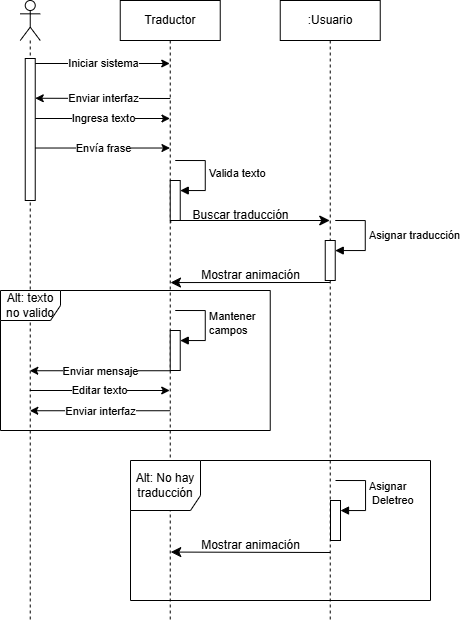
The draw.io diagram Images/Cap 3/secuencia.png in IvanSMMA/TT1_Document, before a commit. Source tidied: cells renumbered, new cells last; positions are measured from the earlier drawing's top-left corner, leaving out a move shared by most shapes. Source of this version:
```xml
<mxGraphModel>
  <root>
    <mxCell id="0" />
    <mxCell id="1" parent="0" />
    <mxCell id="2" style="shape=umlLifeline;perimeter=lifelinePerimeter;whiteSpace=wrap;html=1;outlineConnect=0;portConstraint=eastwest;newEdgeStyle={&quot;curved&quot;:0,&quot;rounded&quot;:0};participant=umlActor;" parent="1" vertex="1">
      <mxGeometry x="19.7" width="20" height="620" as="geometry" />
    </mxCell>
    <mxCell id="3" style="html=1;points=[[0,0,0,0,5],[0,1,0,0,-5],[1,0,0,0,5],[1,1,0,0,-5]];perimeter=orthogonalPerimeter;outlineConnect=0;targetShapes=umlLifeline;portConstraint=eastwest;newEdgeStyle={&quot;curved&quot;:0,&quot;rounded&quot;:0};" parent="2" vertex="1">
      <mxGeometry x="5" y="58" width="10" height="142" as="geometry" />
    </mxCell>
    <mxCell id="4" value="Traductor" style="shape=umlLifeline;perimeter=lifelinePerimeter;whiteSpace=wrap;html=1;outlineConnect=0;portConstraint=eastwest;newEdgeStyle={&quot;curved&quot;:0,&quot;rounded&quot;:0};" parent="1" vertex="1">
      <mxGeometry x="119.7" width="100" height="620" as="geometry" />
    </mxCell>
    <mxCell id="5" value="Valida texto" style="html=1;align=left;spacingLeft=2;endArrow=block;rounded=0;edgeStyle=orthogonalEdgeStyle;curved=0;rounded=0;" parent="4" edge="1" target="6">
      <mxGeometry relative="1" as="geometry">
        <mxPoint x="55" y="160" as="sourcePoint" />
        <Array as="points">
          <mxPoint x="85" y="190" />
        </Array>
      </mxGeometry>
    </mxCell>
    <mxCell id="6" style="html=1;points=[[0,0,0,0,5],[0,1,0,0,-5],[1,0,0,0,5],[1,1,0,0,-5]];perimeter=orthogonalPerimeter;outlineConnect=0;targetShapes=umlLifeline;portConstraint=eastwest;newEdgeStyle={&quot;curved&quot;:0,&quot;rounded&quot;:0};" parent="4" vertex="1">
      <mxGeometry x="50" y="180" width="10" height="40" as="geometry" />
    </mxCell>
    <mxCell id="7" style="html=1;points=[[0,0,0,0,5],[0,1,0,0,-5],[1,0,0,0,5],[1,1,0,0,-5]];perimeter=orthogonalPerimeter;outlineConnect=0;targetShapes=umlLifeline;portConstraint=eastwest;newEdgeStyle={&quot;curved&quot;:0,&quot;rounded&quot;:0};" parent="4" vertex="1">
      <mxGeometry x="50" y="330" width="10" height="40" as="geometry" />
    </mxCell>
    <mxCell id="8" value="Mantener&amp;nbsp;&lt;div&gt;campos&lt;/div&gt;" style="html=1;align=left;spacingLeft=2;endArrow=block;rounded=0;edgeStyle=orthogonalEdgeStyle;curved=0;rounded=0;" parent="4" edge="1" target="7">
      <mxGeometry relative="1" as="geometry">
        <mxPoint x="55" y="310" as="sourcePoint" />
        <Array as="points">
          <mxPoint x="85" y="340" />
        </Array>
      </mxGeometry>
    </mxCell>
    <mxCell id="9" value=":Usuario" style="shape=umlLifeline;perimeter=lifelinePerimeter;whiteSpace=wrap;html=1;outlineConnect=0;portConstraint=eastwest;newEdgeStyle={&quot;curved&quot;:0,&quot;rounded&quot;:0};" parent="1" vertex="1">
      <mxGeometry x="279.7" width="100" height="620" as="geometry" />
    </mxCell>
    <mxCell id="10" style="html=1;points=[[0,0,0,0,5],[0,1,0,0,-5],[1,0,0,0,5],[1,1,0,0,-5]];perimeter=orthogonalPerimeter;outlineConnect=0;targetShapes=umlLifeline;portConstraint=eastwest;newEdgeStyle={&quot;curved&quot;:0,&quot;rounded&quot;:0};" parent="9" vertex="1">
      <mxGeometry x="45" y="240" width="10" height="40" as="geometry" />
    </mxCell>
    <mxCell id="11" value="Asignar traducción" style="html=1;align=left;spacingLeft=2;endArrow=block;rounded=0;edgeStyle=orthogonalEdgeStyle;curved=0;rounded=0;" parent="9" edge="1" target="10">
      <mxGeometry relative="1" as="geometry">
        <mxPoint x="55" y="220" as="sourcePoint" />
        <Array as="points">
          <mxPoint x="85" y="250" />
        </Array>
      </mxGeometry>
    </mxCell>
    <mxCell id="12" style="edgeStyle=elbowEdgeStyle;elbow=vertical;endArrow=classic;html=1;curved=0;rounded=0;endSize=8;startSize=8;" parent="1" edge="1">
      <mxGeometry relative="1" as="geometry">
        <mxPoint x="329.5" y="282" as="sourcePoint" />
        <mxPoint x="170" y="282" as="targetPoint" />
      </mxGeometry>
    </mxCell>
    <mxCell id="13" value="Mostrar animación" style="text;html=1;align=center;verticalAlign=middle;strokeColor=none;fillColor=none;" parent="1" vertex="1">
      <mxGeometry x="189.7" y="260" width="120" height="30" as="geometry" />
    </mxCell>
    <mxCell id="14" style="edgeStyle=elbowEdgeStyle;elbow=vertical;endArrow=classic;html=1;curved=0;rounded=0;endSize=8;startSize=8;" parent="1" edge="1" target="9">
      <mxGeometry relative="1" as="geometry">
        <mxPoint x="170.3" y="222" as="sourcePoint" />
        <Array as="points">
          <mxPoint x="169.7" y="220" />
        </Array>
      </mxGeometry>
    </mxCell>
    <mxCell id="15" value="Buscar traducción" style="text;html=1;align=center;verticalAlign=middle;strokeColor=none;fillColor=none;" parent="1" vertex="1">
      <mxGeometry x="180" y="200" width="120" height="30" as="geometry" />
    </mxCell>
    <mxCell id="16" style="endArrow=classic;html=1;rounded=0;exitX=1;exitY=0;exitDx=0;exitDy=5;exitPerimeter=0;" parent="1" edge="1" source="3" target="4">
      <mxGeometry relative="1" as="geometry" />
    </mxCell>
    <mxCell id="17" value="Iniciar sistema" style="edgeLabel;html=1;align=center;verticalAlign=middle;" parent="16" vertex="1">
      <mxGeometry relative="1" as="geometry" />
    </mxCell>
    <mxCell id="18" style="endArrow=classic;html=1;rounded=0;" parent="1" edge="1">
      <mxGeometry relative="1" as="geometry">
        <mxPoint x="169.7" y="98" as="sourcePoint" />
        <mxPoint x="34.7" y="97.8" as="targetPoint" />
      </mxGeometry>
    </mxCell>
    <mxCell id="19" value="Enviar interfaz" style="edgeLabel;html=1;align=center;verticalAlign=middle;" parent="18" vertex="1">
      <mxGeometry relative="1" as="geometry" />
    </mxCell>
    <mxCell id="20" style="endArrow=classic;html=1;rounded=0;" parent="1" edge="1" source="3">
      <mxGeometry relative="1" as="geometry">
        <mxPoint x="169.5" y="118" as="targetPoint" />
      </mxGeometry>
    </mxCell>
    <mxCell id="21" value="Ingresa texto" style="edgeLabel;html=1;align=center;verticalAlign=middle;" parent="20" vertex="1">
      <mxGeometry relative="1" as="geometry" />
    </mxCell>
    <mxCell id="22" style="endArrow=classic;html=1;rounded=0;" parent="1" edge="1">
      <mxGeometry relative="1" as="geometry">
        <mxPoint x="34.7" y="147.5" as="sourcePoint" />
        <mxPoint x="169.5" y="147.5" as="targetPoint" />
        <Array as="points">
          <mxPoint x="99.7" y="147.5" />
        </Array>
      </mxGeometry>
    </mxCell>
    <mxCell id="23" value="Envía frase" style="edgeLabel;html=1;align=center;verticalAlign=middle;" parent="22" vertex="1">
      <mxGeometry relative="1" as="geometry" />
    </mxCell>
    <mxCell id="24" value="Alt: texto no valido" style="shape=umlFrame;whiteSpace=wrap;html=1;" parent="1" vertex="1">
      <mxGeometry y="290" width="269.7" height="140" as="geometry" />
    </mxCell>
    <mxCell id="25" style="endArrow=classic;html=1;rounded=0;" parent="1" edge="1" target="2">
      <mxGeometry relative="1" as="geometry">
        <mxPoint x="169.7" y="370.2" as="sourcePoint" />
      </mxGeometry>
    </mxCell>
    <mxCell id="26" value="Enviar mensaje" style="edgeLabel;html=1;align=center;verticalAlign=middle;" parent="25" vertex="1">
      <mxGeometry relative="1" as="geometry" />
    </mxCell>
    <mxCell id="27" style="endArrow=classic;html=1;rounded=0;" parent="1" edge="1" target="2">
      <mxGeometry relative="1" as="geometry">
        <mxPoint x="169.7" y="410.2" as="sourcePoint" />
      </mxGeometry>
    </mxCell>
    <mxCell id="28" value="Enviar interfaz" style="edgeLabel;html=1;align=center;verticalAlign=middle;" parent="27" vertex="1">
      <mxGeometry relative="1" as="geometry" />
    </mxCell>
    <mxCell id="29" style="endArrow=classic;html=1;rounded=0;" parent="1" edge="1" source="2">
      <mxGeometry relative="1" as="geometry">
        <mxPoint x="169.2" y="390" as="targetPoint" />
      </mxGeometry>
    </mxCell>
    <mxCell id="30" value="Editar texto" style="edgeLabel;html=1;align=center;verticalAlign=middle;" parent="29" vertex="1">
      <mxGeometry relative="1" as="geometry" />
    </mxCell>
    <mxCell id="31" value="Alt: No hay traducción" style="shape=umlFrame;whiteSpace=wrap;html=1;width=70;height=50;" parent="1" vertex="1">
      <mxGeometry x="130" y="460" width="300" height="140" as="geometry" />
    </mxCell>
    <mxCell id="32" style="edgeStyle=elbowEdgeStyle;elbow=vertical;endArrow=classic;html=1;curved=0;rounded=0;endSize=8;startSize=8;" parent="1" edge="1">
      <mxGeometry relative="1" as="geometry">
        <mxPoint x="329.7" y="552" as="sourcePoint" />
        <mxPoint x="170.3" y="552" as="targetPoint" />
      </mxGeometry>
    </mxCell>
    <mxCell id="33" value="Mostrar animación" style="text;html=1;align=center;verticalAlign=middle;strokeColor=none;fillColor=none;" parent="1" vertex="1">
      <mxGeometry x="190" y="530" width="120" height="30" as="geometry" />
    </mxCell>
    <mxCell id="34" style="html=1;points=[[0,0,0,0,5],[0,1,0,0,-5],[1,0,0,0,5],[1,1,0,0,-5]];perimeter=orthogonalPerimeter;outlineConnect=0;targetShapes=umlLifeline;portConstraint=eastwest;newEdgeStyle={&quot;curved&quot;:0,&quot;rounded&quot;:0};" parent="1" vertex="1">
      <mxGeometry x="330" y="500" width="10" height="40" as="geometry" />
    </mxCell>
    <mxCell id="35" value="Asignar&lt;div&gt;&amp;nbsp;Deletreo&lt;/div&gt;" style="html=1;align=left;spacingLeft=2;endArrow=block;rounded=0;edgeStyle=orthogonalEdgeStyle;curved=0;rounded=0;" parent="1" edge="1" target="34">
      <mxGeometry relative="1" as="geometry">
        <mxPoint x="335" y="480" as="sourcePoint" />
        <Array as="points">
          <mxPoint x="365" y="510" />
        </Array>
      </mxGeometry>
    </mxCell>
  </root>
</mxGraphModel>
```
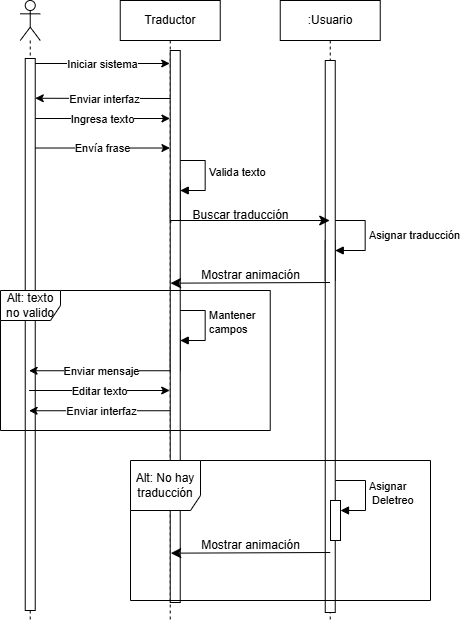
The same diagram one commit later.

Diff of the diagram source:
```diff
@@ -6,7 +6,7 @@
       <mxGeometry x="19.7" width="20" height="620" as="geometry" />
     </mxCell>
     <mxCell id="3" style="html=1;points=[[0,0,0,0,5],[0,1,0,0,-5],[1,0,0,0,5],[1,1,0,0,-5]];perimeter=orthogonalPerimeter;outlineConnect=0;targetShapes=umlLifeline;portConstraint=eastwest;newEdgeStyle={&quot;curved&quot;:0,&quot;rounded&quot;:0};" parent="2" vertex="1">
-      <mxGeometry x="5" y="58" width="10" height="142" as="geometry" />
+      <mxGeometry x="5" y="58" width="10" height="552" as="geometry" />
     </mxCell>
     <mxCell id="4" value="Traductor" style="shape=umlLifeline;perimeter=lifelinePerimeter;whiteSpace=wrap;html=1;outlineConnect=0;portConstraint=eastwest;newEdgeStyle={&quot;curved&quot;:0,&quot;rounded&quot;:0};" parent="1" vertex="1">
       <mxGeometry x="119.7" width="100" height="620" as="geometry" />
@@ -33,6 +33,9 @@
         </Array>
       </mxGeometry>
     </mxCell>
+    <mxCell id="36" style="html=1;perimeter=orthogonalPerimeter;targetShapes=umlLifeline;newEdgeStyle={&quot;curved&quot;:0,&quot;rounded&quot;:0};" parent="4" vertex="1">
+      <mxGeometry x="50" y="50" width="10" height="552" as="geometry" />
+    </mxCell>
     <mxCell id="9" value=":Usuario" style="shape=umlLifeline;perimeter=lifelinePerimeter;whiteSpace=wrap;html=1;outlineConnect=0;portConstraint=eastwest;newEdgeStyle={&quot;curved&quot;:0,&quot;rounded&quot;:0};" parent="1" vertex="1">
       <mxGeometry x="279.7" width="100" height="620" as="geometry" />
     </mxCell>
@@ -47,6 +50,9 @@
         </Array>
       </mxGeometry>
     </mxCell>
+    <mxCell id="37" style="html=1;perimeter=orthogonalPerimeter;targetShapes=umlLifeline;newEdgeStyle={&quot;curved&quot;:0,&quot;rounded&quot;:0};" parent="9" vertex="1">
+      <mxGeometry x="45" y="60" width="10" height="552" as="geometry" />
+    </mxCell>
     <mxCell id="12" style="edgeStyle=elbowEdgeStyle;elbow=vertical;endArrow=classic;html=1;curved=0;rounded=0;endSize=8;startSize=8;" parent="1" edge="1">
       <mxGeometry relative="1" as="geometry">
         <mxPoint x="329.5" y="282" as="sourcePoint" />
```
